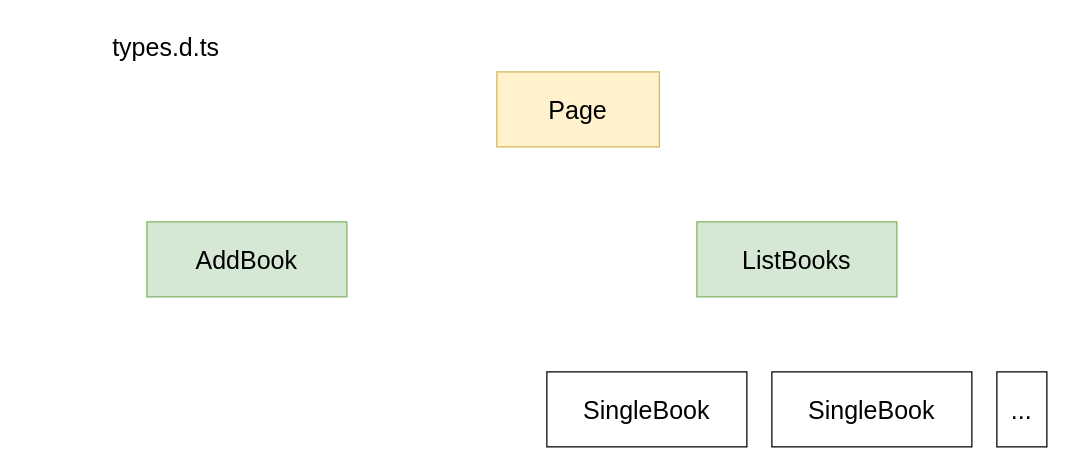
gliese-sketch/BookNest keeps this draw.io diagram as flow.drawio. Above is the earlier version. Source tidied: cells renumbered, new cells numbered last; positions are measured from the earlier drawing's top-left corner, leaving out a move shared by most shapes. Both pictures are drawn from the tidied source at 125%, with x=0, y=0 at pixel (96, 21).
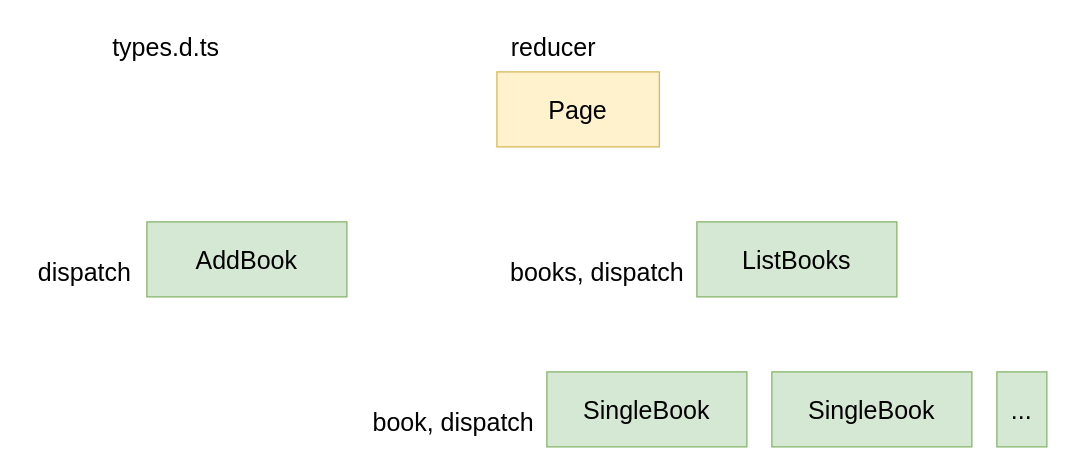
The same page after the edit.

The edit, as a diff of the source:
```diff
@@
 <mxGraphModel>
   <root>
     <mxCell id="0" />
     <mxCell id="1" parent="0" />
     <mxCell id="2" value="&lt;font style=&quot;font-size: 20px;&quot;&gt;Page&lt;/font&gt;" style="rounded=0;whiteSpace=wrap;html=1;fillColor=#fff2cc;strokeColor=#d6b656;" parent="1" vertex="1">
       <mxGeometry x="320" y="40" width="130" height="60" as="geometry" />
     </mxCell>
     <mxCell id="3" value="&lt;font style=&quot;font-size: 20px;&quot;&gt;AddBook&lt;/font&gt;" style="rounded=0;whiteSpace=wrap;html=1;fillColor=#d5e8d4;strokeColor=#82b366;" parent="1" vertex="1">
       <mxGeometry x="40" y="160" width="160" height="60" as="geometry" />
     </mxCell>
     <mxCell id="4" value="&lt;font style=&quot;font-size: 20px;&quot;&gt;ListBooks&lt;/font&gt;" style="rounded=0;whiteSpace=wrap;html=1;fillColor=#d5e8d4;strokeColor=#82b366;" parent="1" vertex="1">
       <mxGeometry x="480" y="160" width="160" height="60" as="geometry" />
     </mxCell>
-    <mxCell id="5" value="&lt;font style=&quot;font-size: 20px;&quot;&gt;SingleBook&lt;/font&gt;" style="rounded=0;whiteSpace=wrap;html=1;" parent="1" vertex="1">
+    <mxCell id="5" value="&lt;font style=&quot;font-size: 20px;&quot;&gt;SingleBook&lt;/font&gt;" style="rounded=0;whiteSpace=wrap;html=1;fillColor=#d5e8d4;strokeColor=#82b366;" parent="1" vertex="1">
       <mxGeometry x="360" y="280" width="160" height="60" as="geometry" />
     </mxCell>
-    <mxCell id="6" value="&lt;font style=&quot;font-size: 20px;&quot;&gt;SingleBook&lt;/font&gt;" style="rounded=0;whiteSpace=wrap;html=1;" parent="1" vertex="1">
+    <mxCell id="6" value="&lt;font style=&quot;font-size: 20px;&quot;&gt;SingleBook&lt;/font&gt;" style="rounded=0;whiteSpace=wrap;html=1;fillColor=#d5e8d4;strokeColor=#82b366;" parent="1" vertex="1">
       <mxGeometry x="540" y="280" width="160" height="60" as="geometry" />
     </mxCell>
-    <mxCell id="7" value="&lt;font style=&quot;font-size: 20px;&quot;&gt;...&lt;/font&gt;" style="rounded=0;whiteSpace=wrap;html=1;" parent="1" vertex="1">
+    <mxCell id="7" value="&lt;font style=&quot;font-size: 20px;&quot;&gt;...&lt;/font&gt;" style="rounded=0;whiteSpace=wrap;html=1;fillColor=#d5e8d4;strokeColor=#82b366;" parent="1" vertex="1">
       <mxGeometry x="720" y="280" width="40" height="60" as="geometry" />
     </mxCell>
     <mxCell id="8" value="types.d.ts" style="text;html=1;align=center;verticalAlign=middle;strokeColor=none;fillColor=none;fontSize=20;" parent="1" vertex="1">
       <mxGeometry width="110" height="40" as="geometry" />
     </mxCell>
+    <mxCell id="9" value="dispatch" style="text;html=1;align=center;verticalAlign=middle;strokeColor=none;fillColor=none;fontSize=20;" parent="1" vertex="1">
+      <mxGeometry x="-60" y="180" width="100" height="40" as="geometry" />
+    </mxCell>
+    <mxCell id="10" value="books, dispatch" style="text;html=1;align=center;verticalAlign=middle;strokeColor=none;fillColor=none;fontSize=20;" parent="1" vertex="1">
+      <mxGeometry x="320" y="180" width="160" height="40" as="geometry" />
+    </mxCell>
+    <mxCell id="11" value="book, dispatch" style="text;html=1;align=center;verticalAlign=middle;strokeColor=none;fillColor=none;fontSize=20;" parent="1" vertex="1">
+      <mxGeometry x="210" y="300" width="150" height="40" as="geometry" />
+    </mxCell>
+    <mxCell id="12" value="reducer" style="text;html=1;align=center;verticalAlign=middle;strokeColor=none;fillColor=none;fontSize=20;" parent="1" vertex="1">
+      <mxGeometry x="320" width="90" height="40" as="geometry" />
+    </mxCell>
   </root>
 </mxGraphModel>
```
